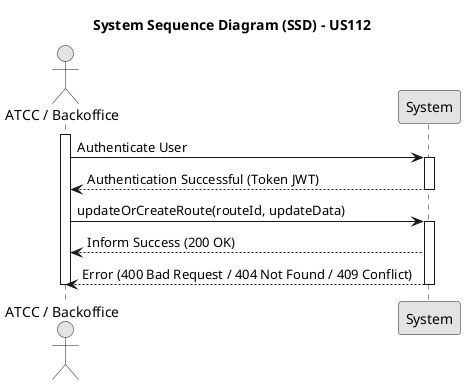
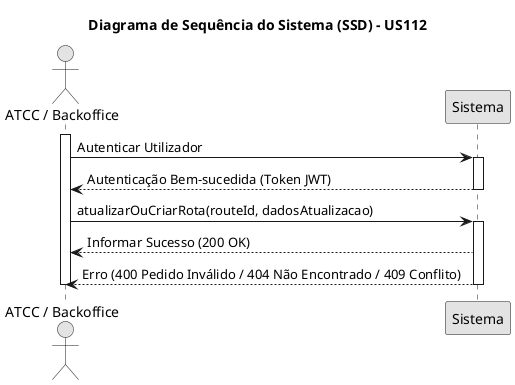
@startuml
skinparam monochrome true
skinparam shadowing false

- title System Sequence Diagram (SSD) - US112
+ title Diagrama de Sequência do Sistema (SSD) - US112

actor "ATCC / Backoffice" as User
- participant "System" as System
+ participant "Sistema" as System

activate User

- 
- User -> System : Authenticate User
+ User -> System : Autenticar Utilizador
activate System
- System --> User : Authentication Successful (Token JWT)
+ System --> User : Autenticação Bem-sucedida (Token JWT)
deactivate System

- 
- User -> System : updateOrCreateRoute(routeId, updateData)
+ User -> System : atualizarOuCriarRota(routeId, dadosAtualizacao)
activate System

+ System --> User : Informar Sucesso (200 OK)

- System --> User : Inform Success (200 OK)
- 
- System --> User : Error (400 Bad Request / 404 Not Found / 409 Conflict)
+ System --> User : Erro (400 Pedido Inválido / 404 Não Encontrado / 409 Conflito)
deactivate System

deactivate User
@enduml